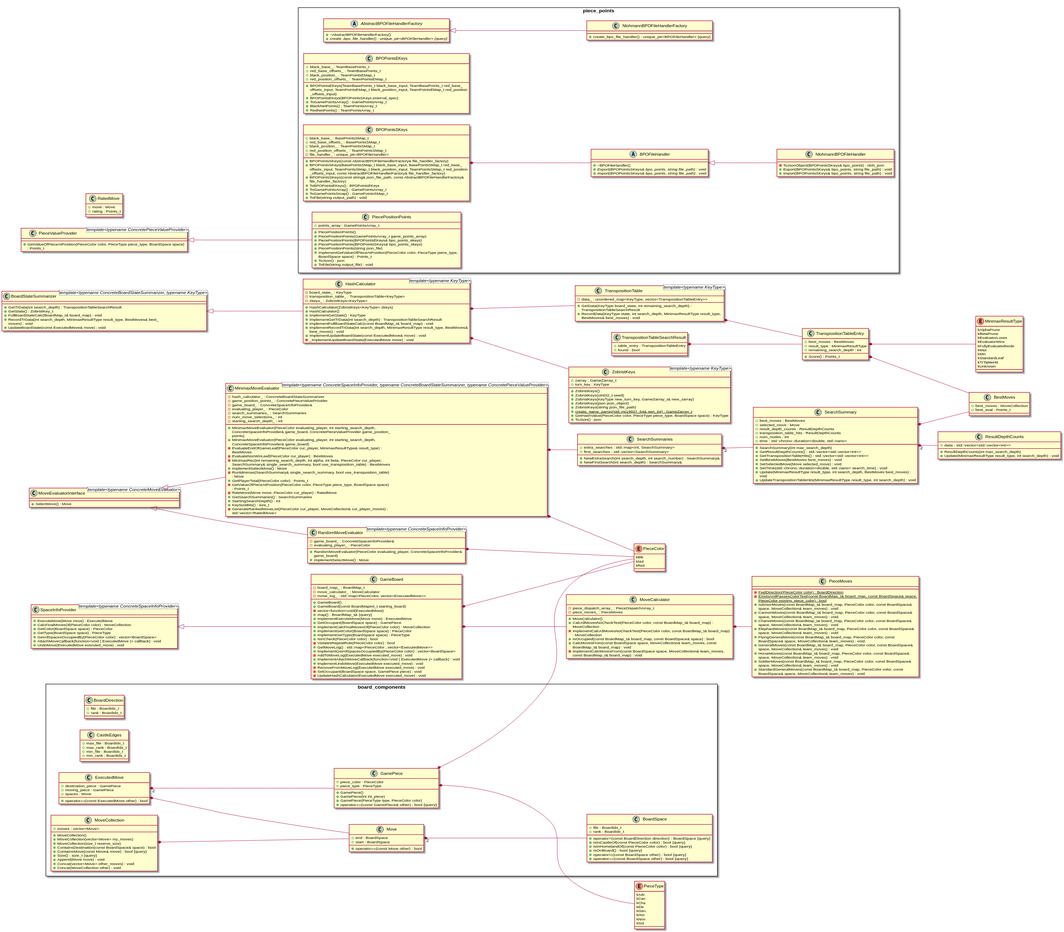
Before: docs/plantuml/output.svg, a diagram exported from PlantUML (duanegoodner/xiangqigame).
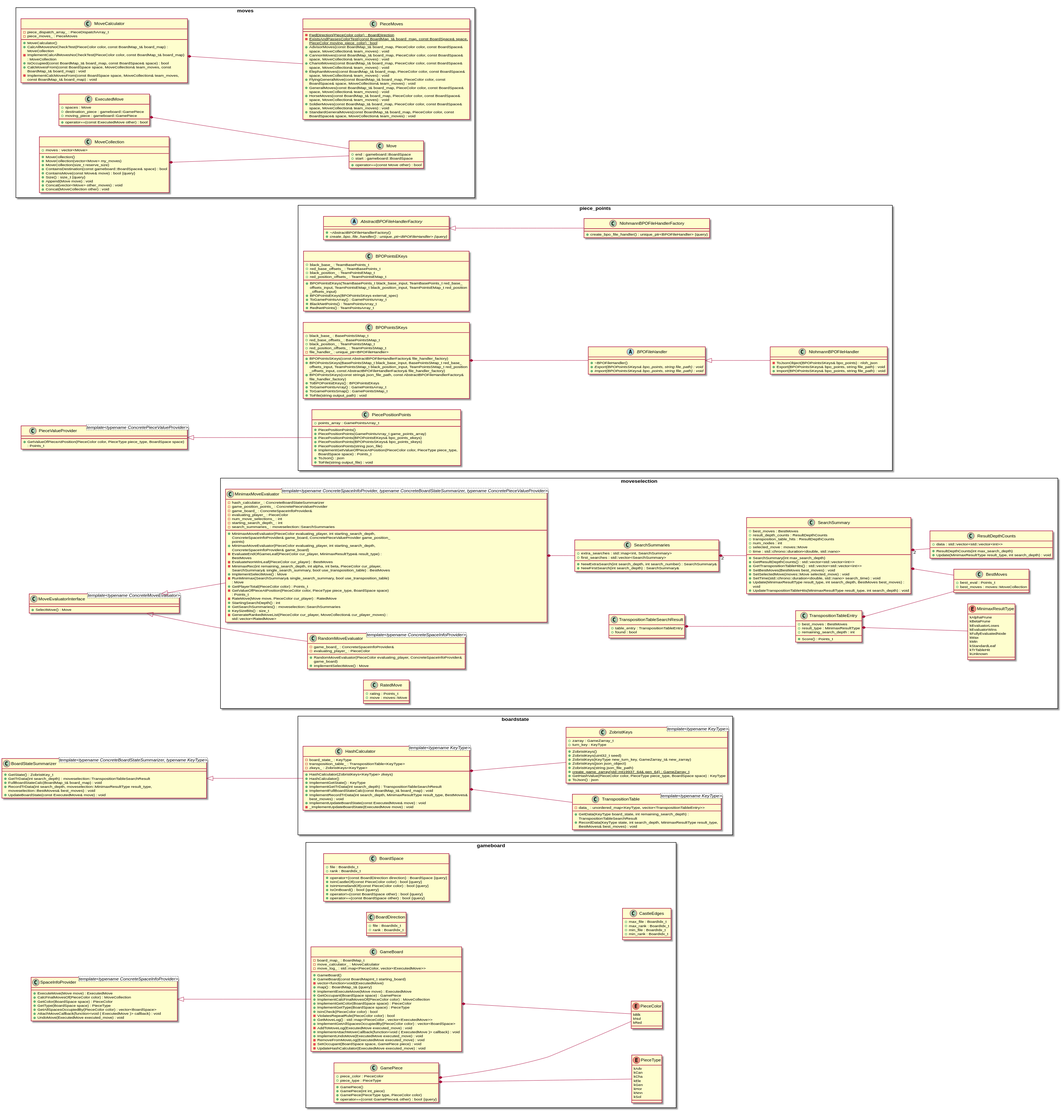
After the commit.

What changed in the source:
```diff
@@ -13,85 +13,7 @@
 class BoardStateSummarizer <template<typename ConcreteBoardStateSummarizer, typename KeyType>> {
-	+GetTrData(int search_depth) : TranspositionTableSearchResult
 	+GetState() : ZobristKey_t
+	+GetTrData(int search_depth) : moveselection::TranspositionTableSearchResult
 	+FullBoardStateCalc(BoardMap_t& board_map) : void
-	+RecordTrData(int search_depth, MinimaxResultType result_type, BestMoves& best_moves) : void
+	+RecordTrData(int search_depth, moveselection::MinimaxResultType result_type, moveselection::BestMoves& best_moves) : void
 	+UpdateBoardState(const ExecutedMove& move) : void
-}
-
-
-class GameBoard {
-	+GameBoard()
-	+GameBoard(const BoardMapInt_t starting_board)
-	-vector<function<void(ExecutedMove)
-	-board_map_ : BoardMap_t
-	+map() : BoardMap_t& {query}
-	+ImplementExecuteMove(Move move) : ExecutedMove
-	+GetOccupant(BoardSpace space) : GamePiece
-	-move_calculator_ : MoveCalculator
-	+ImplementCalcFinalMovesOf(PieceColor color) : MoveCollection
-	+ImplementGetColor(BoardSpace space) : PieceColor
-	+ImplementGetType(BoardSpace space) : PieceType
-	+IsInCheck(PieceColor color) : bool
-	-ViolatesRepeatRule(PieceColor color) : bool
-	+GetMoveLog() : std::map<PieceColor , vector<ExecutedMove>>
-	-move_log_ : std::map<PieceColor, vector<ExecutedMove>>
-	+ImplementGetAllSpacesOccupiedBy(PieceColor color) : vector<BoardSpace>
-	-AddToMoveLog(ExecutedMove executed_move) : void
-	+ImplementAttachMoveCallback(function<void ( ExecutedMove )> callback) : void
-	+ImplementUndoMove(ExecutedMove executed_move) : void
-	-RemoveFromMoveLog(ExecutedMove executed_move) : void
-	-SetOccupant(BoardSpace space, GamePiece piece) : void
-	-UpdateHashCalculator(ExecutedMove executed_move) : void
-}
-
-
-class HashCalculator <template<typename KeyType>> {
-	+HashCalculator(ZobristKeys<KeyType> zkeys)
-	+HashCalculator()
-	+ImplementGetState() : KeyType
-	-board_state_ : KeyType
-	-transposition_table_ : TranspositionTable<KeyType>
-	+ImplementGetTrData(int search_depth) : TranspositionTableSearchResult
-	-zkeys_ : ZobristKeys<KeyType>
-	+ImplementFullBoardStateCalc(const BoardMap_t& board_map) : void
-	+ImplementRecordTrData(int search_depth, MinimaxResultType result_type, BestMoves& best_moves) : void
-	+ImplementUpdateBoardState(const ExecutedMove& move) : void
-	-_ImplementUpdateBoardState(ExecutedMove move) : void
-}
-
-
-class MinimaxMoveEvaluator <template<typename ConcreteSpaceInfoProvider, typename ConcreteBoardStateSummarizer, typename ConcretePieceValueProvider>> {
-	+MinimaxMoveEvaluator(PieceColor evaluating_player, int starting_search_depth, ConcreteSpaceInfoProvider& game_board, ConcretePieceValueProvider game_position_points)
-	+MinimaxMoveEvaluator(PieceColor evaluating_player, int starting_search_depth, ConcreteSpaceInfoProvider& game_board)
-	-EvaluateEndOfGameLeaf(PieceColor cur_player, MinimaxResultType& result_type) : BestMoves
-	-EvaluateNonWinLeaf(PieceColor cur_player) : BestMoves
-	-MinimaxRec(int remaining_search_depth, int alpha, int beta, PieceColor cur_player, SearchSummary& single_search_summary, bool use_transposition_table) : BestMoves
-	-hash_calculator_ : ConcreteBoardStateSummarizer
-	-game_position_points_ : ConcretePieceValueProvider
-	-game_board_ : ConcreteSpaceInfoProvider&
-	+ImplementSelectMove() : Move
-	-RunMinimax(SearchSummary& single_search_summary, bool use_transposition_table) : Move
-	-evaluating_player_ : PieceColor
-	+GetPlayerTotal(PieceColor color) : Points_t
-	-GetValueOfPieceAtPosition(PieceColor color, PieceType piece_type, BoardSpace space) : Points_t
-	-RateMove(Move move, PieceColor cur_player) : RatedMove
-	+GetSearchSummaries() : SearchSummaries
-	-search_summaries_ : SearchSummaries
-	+StartingSearchDepth() : int
-	-num_move_selections_ : int
-	-starting_search_depth_ : int
-	+KeySizeBits() : size_t
-	-GenerateRankedMoveList(PieceColor cur_player, MoveCollection& cur_player_moves) : std::vector<RatedMove>
-}
-
-
-class MoveCalculator {
-	+MoveCalculator()
-	+CalcAllMovesNoCheckTest(PieceColor color, const BoardMap_t& board_map) : MoveCollection
-	-ImplementCalcAllMovesNoCheckTest(PieceColor color, const BoardMap_t& board_map) : MoveCollection
-	-piece_dispatch_array_ : PieceDispatchArray_t
-	-piece_moves_ : PieceMoves
-	+IsOccupied(const BoardMap_t& board_map, const BoardSpace& space) : bool
-	+CalcMovesFrom(const BoardSpace space, MoveCollection& team_moves, const BoardMap_t& board_map) : void
-	-ImplementCalcMovesFrom(const BoardSpace space, MoveCollection& team_moves, const BoardMap_t& board_map) : void
 }
@@ -104,27 +26,4 @@
 
-class PieceMoves {
-	-{static} FwdDirection(PieceColor color) : BoardDirection
-	-{static} ExistsAndPassesColorTest(const BoardMap_t& board_map, const BoardSpace& space, PieceColor moving_piece_color) : bool
-	+AdvisorMoves(const BoardMap_t& board_map, PieceColor color, const BoardSpace& space, MoveCollection& team_moves) : void
-	+CannonMoves(const BoardMap_t& board_map, PieceColor color, const BoardSpace& space, MoveCollection& team_moves) : void
-	+ChariotMoves(const BoardMap_t& board_map, PieceColor color, const BoardSpace& space, MoveCollection& team_moves) : void
-	+ElephantMoves(const BoardMap_t& board_map, PieceColor color, const BoardSpace& space, MoveCollection& team_moves) : void
-	+FlyingGeneralMove(const BoardMap_t& board_map, PieceColor color, const BoardSpace& space, MoveCollection& team_moves) : void
-	+GeneralMoves(const BoardMap_t& board_map, PieceColor color, const BoardSpace& space, MoveCollection& team_moves) : void
-	+HorseMoves(const BoardMap_t& board_map, PieceColor color, const BoardSpace& space, MoveCollection& team_moves) : void
-	+SoldierMoves(const BoardMap_t& board_map, PieceColor color, const BoardSpace& space, MoveCollection& team_moves) : void
-	+StandardGeneralMoves(const BoardMap_t& board_map, PieceColor color, const BoardSpace& space, MoveCollection& team_moves) : void
-}
-
-
 class PieceValueProvider <template<typename ConcretePieceValueProvider>> {
 	+GetValueOfPieceAtPosition(PieceColor color, PieceType piece_type, BoardSpace space) : Points_t
-}
-
-
-class RandomMoveEvaluator <template<typename ConcreteSpaceInfoProvider>> {
-	+RandomMoveEvaluator(PieceColor evaluating_player, ConcreteSpaceInfoProvider& game_board)
-	-game_board_ : ConcreteSpaceInfoProvider&
-	+ImplementSelectMove() : Move
-	-evaluating_player_ : PieceColor
 }
@@ -140,115 +39,2 @@
 	+UndoMove(ExecutedMove executed_move) : void
-}
-
-
-enum MinimaxResultType {
-	kAlphaPrune
-	kBetaPrune
-	kEvaluatorLoses
-	kEvaluatorWins
-	kFullyEvaluatedNode
-	kMax
-	kMin
-	kStandardLeaf
-	kTrTableHit
-	kUnknown
-}
-
-
-enum PieceColor {
-	kBlk
-	kNul
-	kRed
-}
-
-
-enum PieceType {
-	kAdv
-	kCan
-	kCha
-	kEle
-	kGen
-	kHor
-	kNnn
-	kSol
-}
-
-
-class BestMoves {
-	+best_moves : MoveCollection
-	+best_eval : Points_t
-}
-
-
-class RatedMove {
-	+move : Move
-	+rating : Points_t
-}
-
-
-class ResultDepthCounts {
-	+ResultDepthCounts(int max_search_depth)
-	+data : std::vector<std::vector<int>>
-	+Update(MinimaxResultType result_type, int search_depth) : void
-}
-
-
-class SearchSummaries {
-	+NewExtraSearch(int search_depth, int search_number) : SearchSummary&
-	+NewFirstSearch(int search_depth) : SearchSummary&
-	+extra_searches : std::map<int, SearchSummary>
-	+first_searches : std::vector<SearchSummary>
-}
-
-
-class SearchSummary {
-	+SearchSummary(int max_search_depth)
-	+best_moves : BestMoves
-	+selected_move : Move
-	+result_depth_counts : ResultDepthCounts
-	+transposition_table_hits : ResultDepthCounts
-	+num_nodes : int
-	+time : std::chrono::duration<double, std::nano>
-	+GetResultDepthCounts() : std::vector<std::vector<int>>
-	+GetTranspositionTableHits() : std::vector<std::vector<int>>
-	+SetBestMoves(BestMoves best_moves) : void
-	+SetSelectedMove(Move selected_move) : void
-	+SetTime(std::chrono::duration<double, std::nano> search_time) : void
-	+Update(MinimaxResultType result_type, int search_depth, BestMoves best_moves) : void
-	+UpdateTranspositionTableHits(MinimaxResultType result_type, int search_depth) : void
-}
-
-
-class TranspositionTable <template<typename KeyType>> {
-	+GetData(KeyType board_state, int remaining_search_depth) : TranspositionTableSearchResult
-	-data_ : unordered_map<KeyType, vector<TranspositionTableEntry>>
-	+RecordData(KeyType state, int search_depth, MinimaxResultType result_type, BestMoves& best_moves) : void
-}
-
-
-class TranspositionTableEntry {
-	+best_moves : BestMoves
-	+result_type : MinimaxResultType
-	+Score() : Points_t
-	+remaining_search_depth : int
-}
-
-
-class TranspositionTableSearchResult {
-	+table_entry : TranspositionTableEntry
-	+found : bool
-}
-
-
-class ZobristKeys <template<typename KeyType>> {
-	+ZobristKeys()
-	+ZobristKeys(uint32_t seed)
-	+ZobristKeys(KeyType new_turn_key, GameZarray_t& new_zarray)
-	+ZobristKeys(json json_object)
-	+ZobristKeys(string json_file_path)
-	+{static} create_game_zarray(std::mt19937_64& gen_64) : GameZarray_t
-	+zarray : GameZarray_t
-	+GetHashValue(PieceColor color, PieceType piece_type, BoardSpace space) : KeyType
-	+turn_key : KeyType
-	+ToJson() : json
 }
@@ -319,3 +105,198 @@
 
-namespace board_components {
+namespace moveselection {
+	class MinimaxMoveEvaluator <template<typename ConcreteSpaceInfoProvider, typename ConcreteBoardStateSummarizer, typename ConcretePieceValueProvider>> {
+		+MinimaxMoveEvaluator(PieceColor evaluating_player, int starting_search_depth, ConcreteSpaceInfoProvider& game_board, ConcretePieceValueProvider game_position_points)
+		+MinimaxMoveEvaluator(PieceColor evaluating_player, int starting_search_depth, ConcreteSpaceInfoProvider& game_board)
+		-EvaluateEndOfGameLeaf(PieceColor cur_player, MinimaxResultType& result_type) : BestMoves
+		-EvaluateNonWinLeaf(PieceColor cur_player) : BestMoves
+		-MinimaxRec(int remaining_search_depth, int alpha, int beta, PieceColor cur_player, SearchSummary& single_search_summary, bool use_transposition_table) : BestMoves
+		-hash_calculator_ : ConcreteBoardStateSummarizer
+		-game_position_points_ : ConcretePieceValueProvider
+		-game_board_ : ConcreteSpaceInfoProvider&
+		+ImplementSelectMove() : Move
+		-RunMinimax(SearchSummary& single_search_summary, bool use_transposition_table) : Move
+		-evaluating_player_ : PieceColor
+		+GetPlayerTotal(PieceColor color) : Points_t
+		-GetValueOfPieceAtPosition(PieceColor color, PieceType piece_type, BoardSpace space) : Points_t
+		-RateMove(Move move, PieceColor cur_player) : RatedMove
+		+StartingSearchDepth() : int
+		-num_move_selections_ : int
+		-starting_search_depth_ : int
+		+GetSearchSummaries() : moveselection::SearchSummaries
+		-search_summaries_ : moveselection::SearchSummaries
+		+KeySizeBits() : size_t
+		-GenerateRankedMoveList(PieceColor cur_player, MoveCollection& cur_player_moves) : std::vector<RatedMove>
+	}
+
+	class RandomMoveEvaluator <template<typename ConcreteSpaceInfoProvider>> {
+		+RandomMoveEvaluator(PieceColor evaluating_player, ConcreteSpaceInfoProvider& game_board)
+		-game_board_ : ConcreteSpaceInfoProvider&
+		+ImplementSelectMove() : Move
+		-evaluating_player_ : PieceColor
+	}
+
+	enum MinimaxResultType {
+		kAlphaPrune
+		kBetaPrune
+		kEvaluatorLoses
+		kEvaluatorWins
+		kFullyEvaluatedNode
+		kMax
+		kMin
+		kStandardLeaf
+		kTrTableHit
+		kUnknown
+	}
+
+	class BestMoves {
+		+best_eval : Points_t
+		+best_moves : moves::MoveCollection
+	}
+
+	class RatedMove {
+		+rating : Points_t
+		+move : moves::Move
+	}
+
+	class ResultDepthCounts {
+		+ResultDepthCounts(int max_search_depth)
+		+data : std::vector<std::vector<int>>
+		+Update(MinimaxResultType result_type, int search_depth) : void
+	}
+
+	class SearchSummaries {
+		+NewExtraSearch(int search_depth, int search_number) : SearchSummary&
+		+NewFirstSearch(int search_depth) : SearchSummary&
+		+extra_searches : std::map<int, SearchSummary>
+		+first_searches : std::vector<SearchSummary>
+	}
+
+	class SearchSummary {
+		+SearchSummary(int max_search_depth)
+		+best_moves : BestMoves
+		+result_depth_counts : ResultDepthCounts
+		+transposition_table_hits : ResultDepthCounts
+		+num_nodes : int
+		+selected_move : moves::Move
+		+time : std::chrono::duration<double, std::nano>
+		+GetResultDepthCounts() : std::vector<std::vector<int>>
+		+GetTranspositionTableHits() : std::vector<std::vector<int>>
+		+SetBestMoves(BestMoves best_moves) : void
+		+SetSelectedMove(moves::Move selected_move) : void
+		+SetTime(std::chrono::duration<double, std::nano> search_time) : void
+		+Update(MinimaxResultType result_type, int search_depth, BestMoves best_moves) : void
+		+UpdateTranspositionTableHits(MinimaxResultType result_type, int search_depth) : void
+	}
+
+	class TranspositionTableEntry {
+		+best_moves : BestMoves
+		+result_type : MinimaxResultType
+		+Score() : Points_t
+		+remaining_search_depth : int
+	}
+
+	class TranspositionTableSearchResult {
+		+table_entry : TranspositionTableEntry
+		+found : bool
+	}
+}
+
+
+namespace moves {
+	class MoveCalculator {
+		+MoveCalculator()
+		+CalcAllMovesNoCheckTest(PieceColor color, const BoardMap_t& board_map) : MoveCollection
+		-ImplementCalcAllMovesNoCheckTest(PieceColor color, const BoardMap_t& board_map) : MoveCollection
+		-piece_dispatch_array_ : PieceDispatchArray_t
+		-piece_moves_ : PieceMoves
+		+IsOccupied(const BoardMap_t& board_map, const BoardSpace& space) : bool
+		+CalcMovesFrom(const BoardSpace space, MoveCollection& team_moves, const BoardMap_t& board_map) : void
+		-ImplementCalcMovesFrom(const BoardSpace space, MoveCollection& team_moves, const BoardMap_t& board_map) : void
+	}
+
+	class PieceMoves {
+		-{static} FwdDirection(PieceColor color) : BoardDirection
+		-{static} ExistsAndPassesColorTest(const BoardMap_t& board_map, const BoardSpace& space, PieceColor moving_piece_color) : bool
+		+AdvisorMoves(const BoardMap_t& board_map, PieceColor color, const BoardSpace& space, MoveCollection& team_moves) : void
+		+CannonMoves(const BoardMap_t& board_map, PieceColor color, const BoardSpace& space, MoveCollection& team_moves) : void
+		+ChariotMoves(const BoardMap_t& board_map, PieceColor color, const BoardSpace& space, MoveCollection& team_moves) : void
+		+ElephantMoves(const BoardMap_t& board_map, PieceColor color, const BoardSpace& space, MoveCollection& team_moves) : void
+		+FlyingGeneralMove(const BoardMap_t& board_map, PieceColor color, const BoardSpace& space, MoveCollection& team_moves) : void
+		+GeneralMoves(const BoardMap_t& board_map, PieceColor color, const BoardSpace& space, MoveCollection& team_moves) : void
+		+HorseMoves(const BoardMap_t& board_map, PieceColor color, const BoardSpace& space, MoveCollection& team_moves) : void
+		+SoldierMoves(const BoardMap_t& board_map, PieceColor color, const BoardSpace& space, MoveCollection& team_moves) : void
+		+StandardGeneralMoves(const BoardMap_t& board_map, PieceColor color, const BoardSpace& space, MoveCollection& team_moves) : void
+	}
+
+	class ExecutedMove {
+		+spaces : Move
+		+operator==(const ExecutedMove other) : bool
+		+destination_piece : gameboard::GamePiece
+		+moving_piece : gameboard::GamePiece
+	}
+
+	class Move {
+		+operator==(const Move other) : bool
+		+end : gameboard::BoardSpace
+		+start : gameboard::BoardSpace
+	}
+
+	class MoveCollection {
+		+MoveCollection()
+		+MoveCollection(vector<Move> my_moves)
+		+MoveCollection(size_t reserve_size)
+		+ContainsDestination(const gameboard::BoardSpace& space) : bool
+		+ContainsMove(const Move& move) : bool {query}
+		+Size() : size_t {query}
+		+moves : vector<Move>
+		+Append(Move move) : void
+		+Concat(vector<Move> other_moves) : void
+		+Concat(MoveCollection other) : void
+	}
+}
+
+
+namespace gameboard {
+	class GameBoard {
+		+GameBoard()
+		+GameBoard(const BoardMapInt_t starting_board)
+		-vector<function<void(ExecutedMove)
+		-board_map_ : BoardMap_t
+		+map() : BoardMap_t& {query}
+		+ImplementExecuteMove(Move move) : ExecutedMove
+		+GetOccupant(BoardSpace space) : GamePiece
+		-move_calculator_ : MoveCalculator
+		+ImplementCalcFinalMovesOf(PieceColor color) : MoveCollection
+		+ImplementGetColor(BoardSpace space) : PieceColor
+		+ImplementGetType(BoardSpace space) : PieceType
+		+IsInCheck(PieceColor color) : bool
+		-ViolatesRepeatRule(PieceColor color) : bool
+		+GetMoveLog() : std::map<PieceColor , vector<ExecutedMove>>
+		-move_log_ : std::map<PieceColor, vector<ExecutedMove>>
+		+ImplementGetAllSpacesOccupiedBy(PieceColor color) : vector<BoardSpace>
+		-AddToMoveLog(ExecutedMove executed_move) : void
+		+ImplementAttachMoveCallback(function<void ( ExecutedMove )> callback) : void
+		+ImplementUndoMove(ExecutedMove executed_move) : void
+		-RemoveFromMoveLog(ExecutedMove executed_move) : void
+		-SetOccupant(BoardSpace space, GamePiece piece) : void
+		-UpdateHashCalculator(ExecutedMove executed_move) : void
+	}
+
+	enum PieceColor {
+		kBlk
+		kNul
+		kRed
+	}
+
+	enum PieceType {
+		kAdv
+		kCan
+		kCha
+		kEle
+		kGen
+		kHor
+		kNnn
+		kSol
+	}
+
 	class BoardDirection {
@@ -343,9 +324,2 @@
 
-	class ExecutedMove {
-		+destination_piece : GamePiece
-		+moving_piece : GamePiece
-		+spaces : Move
-		+operator==(const ExecutedMove other) : bool
-	}
-
 	class GamePiece {
@@ -358,20 +332,37 @@
 	}
+}
 
-	class Move {
-		+end : BoardSpace
-		+start : BoardSpace
-		+operator==(const Move other) : bool
+
+namespace boardstate {
+	class HashCalculator <template<typename KeyType>> {
+		+HashCalculator(ZobristKeys<KeyType> zkeys)
+		+HashCalculator()
+		+ImplementGetState() : KeyType
+		-board_state_ : KeyType
+		-transposition_table_ : TranspositionTable<KeyType>
+		+ImplementGetTrData(int search_depth) : TranspositionTableSearchResult
+		-zkeys_ : ZobristKeys<KeyType>
+		+ImplementFullBoardStateCalc(const BoardMap_t& board_map) : void
+		+ImplementRecordTrData(int search_depth, MinimaxResultType result_type, BestMoves& best_moves) : void
+		+ImplementUpdateBoardState(const ExecutedMove& move) : void
+		-_ImplementUpdateBoardState(ExecutedMove move) : void
 	}
 
-	class MoveCollection {
-		+MoveCollection()
-		+MoveCollection(vector<Move> my_moves)
-		+MoveCollection(size_t reserve_size)
-		+ContainsDestination(const BoardSpace& space) : bool
-		+ContainsMove(const Move& move) : bool {query}
-		+Size() : size_t {query}
-		+moves : vector<Move>
-		+Append(Move move) : void
-		+Concat(vector<Move> other_moves) : void
-		+Concat(MoveCollection other) : void
+	class TranspositionTable <template<typename KeyType>> {
+		+GetData(KeyType board_state, int remaining_search_depth) : TranspositionTableSearchResult
+		-data_ : unordered_map<KeyType, vector<TranspositionTableEntry>>
+		+RecordData(KeyType state, int search_depth, MinimaxResultType result_type, BestMoves& best_moves) : void
+	}
+
+	class ZobristKeys <template<typename KeyType>> {
+		+ZobristKeys()
+		+ZobristKeys(uint32_t seed)
+		+ZobristKeys(KeyType new_turn_key, GameZarray_t& new_zarray)
+		+ZobristKeys(json json_object)
+		+ZobristKeys(string json_file_path)
+		+{static} create_game_zarray(std::mt19937_64& gen_64) : GameZarray_t
+		+zarray : GameZarray_t
+		+GetHashValue(PieceColor color, PieceType piece_type, BoardSpace space) : KeyType
+		+turn_key : KeyType
+		+ToJson() : json
 	}
@@ -390,9 +381,9 @@
 
-BoardStateSummarizer <|-- HashCalculator
+BoardStateSummarizer <|-- boardstate.HashCalculator
 
 
-MoveEvaluatorInterface <|-- MinimaxMoveEvaluator
+MoveEvaluatorInterface <|-- moveselection.MinimaxMoveEvaluator
 
 
-MoveEvaluatorInterface <|-- RandomMoveEvaluator
+MoveEvaluatorInterface <|-- moveselection.RandomMoveEvaluator
 
@@ -402,3 +393,3 @@
 
-SpaceInfoProvider <|-- GameBoard
+SpaceInfoProvider <|-- gameboard.GameBoard
 
@@ -412,64 +403,45 @@
 
-board_components.ExecutedMove "2" *-- board_components.GamePiece
+moves.ExecutedMove *-- moves.Move
 
 
-board_components.ExecutedMove *-- board_components.Move
+gameboard.GameBoard *-- gameboard.PieceColor
 
 
-GameBoard *-- MoveCalculator
+gameboard.GamePiece *-- gameboard.PieceColor
 
 
-GameBoard *-- PieceColor
+gameboard.GamePiece *-- gameboard.PieceType
 
 
-board_components.GamePiece *-- PieceColor
+boardstate.HashCalculator *-- boardstate.TranspositionTable
 
 
-board_components.GamePiece *-- PieceType
+boardstate.HashCalculator *-- boardstate.ZobristKeys
 
 
-HashCalculator *-- TranspositionTable
+moveselection.MinimaxMoveEvaluator *-- moveselection.SearchSummaries
 
 
-HashCalculator *-- ZobristKeys
+moves.MoveCalculator *-- moves.PieceMoves
 
 
-MinimaxMoveEvaluator *-- PieceColor
+moves.MoveCollection *-- moves.Move
 
 
-MinimaxMoveEvaluator *-- SearchSummaries
+moveselection.SearchSummaries "2" *-- moveselection.SearchSummary
 
 
-board_components.Move "2" *-- board_components.BoardSpace
+moveselection.SearchSummary *-- moveselection.BestMoves
 
 
-MoveCalculator *-- PieceMoves
+moveselection.SearchSummary "2" *-- moveselection.ResultDepthCounts
 
 
-board_components.MoveCollection *-- board_components.Move
+moveselection.TranspositionTableEntry *-- moveselection.BestMoves
 
 
-RandomMoveEvaluator *-- PieceColor
+moveselection.TranspositionTableEntry *-- moveselection.MinimaxResultType
 
 
-SearchSummaries "2" *-- SearchSummary
-
-
-SearchSummary *-- BestMoves
-
-
-SearchSummary "2" *-- ResultDepthCounts
-
-
-TranspositionTable *-- TranspositionTableEntry
-
-
-TranspositionTableEntry *-- BestMoves
-
-
-TranspositionTableEntry *-- MinimaxResultType
-
-
-TranspositionTableSearchResult *-- TranspositionTableEntry
-
+moveselection.TranspositionTableSearchResult *-- moveselection.TranspositionTableEntry
 
```
